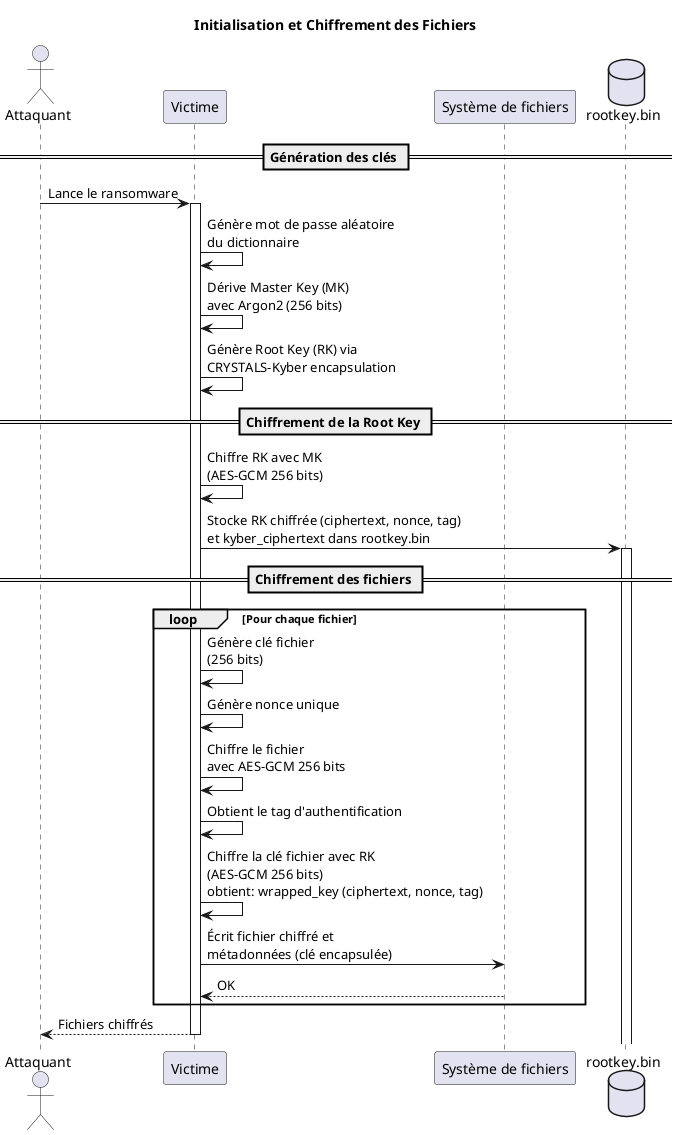
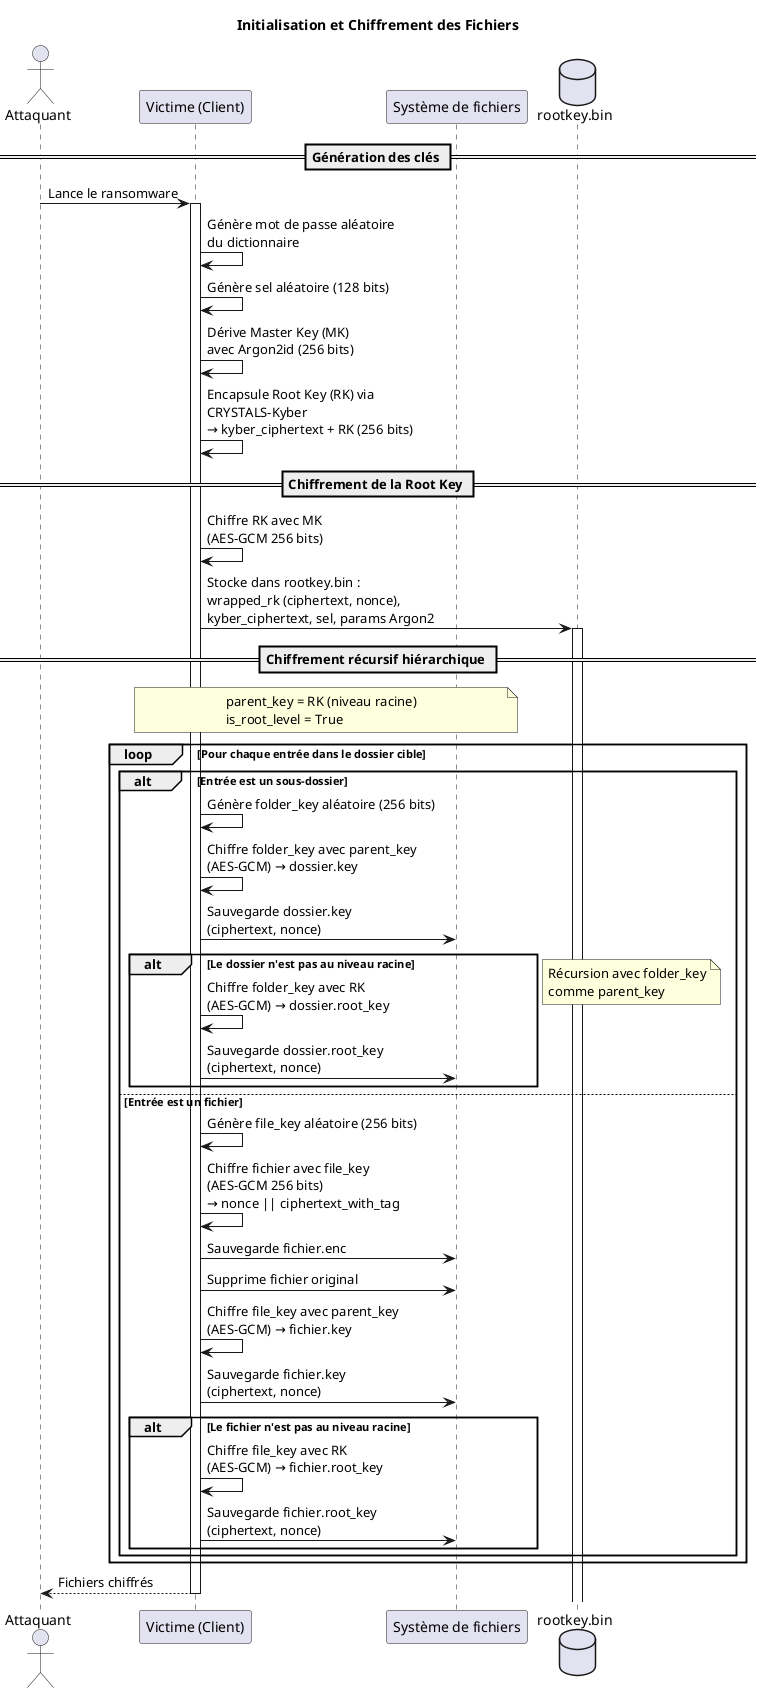
@startuml 01-Initialisation_Chiffrement

title Initialisation et Chiffrement des Fichiers

actor Attaquant as attacker
- participant "Victime" as victime
+ participant "Victime (Client)" as victime
participant "Système de fichiers" as fs
database "rootkey.bin" as rootkey

== Génération des clés ==
attacker -> victime: Lance le ransomware
activate victime

victime -> victime: Génère mot de passe aléatoire\ndu dictionnaire
- victime -> victime: Dérive Master Key (MK)\navec Argon2 (256 bits)
- victime -> victime: Génère Root Key (RK) via\nCRYSTALS-Kyber encapsulation
+ victime -> victime: Génère sel aléatoire (128 bits)
+ victime -> victime: Dérive Master Key (MK)\navec Argon2id (256 bits)
+ victime -> victime: Encapsule Root Key (RK) via\nCRYSTALS-Kyber\n→ kyber_ciphertext + RK (256 bits)

== Chiffrement de la Root Key ==
victime -> victime: Chiffre RK avec MK\n(AES-GCM 256 bits)
- victime -> rootkey: Stocke RK chiffrée (ciphertext, nonce, tag)\net kyber_ciphertext dans rootkey.bin
+ victime -> rootkey: Stocke dans rootkey.bin :\nwrapped_rk (ciphertext, nonce),\nkyber_ciphertext, sel, params Argon2
activate rootkey

- == Chiffrement des fichiers ==
- loop Pour chaque fichier
+ == Chiffrement récursif hiérarchique ==
+ note over victime, fs
+   parent_key = RK (niveau racine)
+   is_root_level = True
+ end note

-     victime -> victime: Génère clé fichier\n(256 bits)
-     victime -> victime: Génère nonce unique
-     victime -> victime: Chiffre le fichier\navec AES-GCM 256 bits
- 
-     victime -> victime: Obtient le tag d'authentification
-     victime -> victime: Chiffre la clé fichier avec RK\n(AES-GCM 256 bits)\nobtient: wrapped_key (ciphertext, nonce, tag)
- 
-     victime -> fs: Écrit fichier chiffré et\nmétadonnées (clé encapsulée)
-     fs --> victime: OK
-     deactivate fs
+ loop Pour chaque entrée dans le dossier cible
+   alt Entrée est un sous-dossier
+     victime -> victime: Génère folder_key aléatoire (256 bits)
+     victime -> victime: Chiffre folder_key avec parent_key\n(AES-GCM) → dossier.key
+     victime -> fs: Sauvegarde dossier.key\n(ciphertext, nonce)
+     alt Le dossier n'est pas au niveau racine
+       victime -> victime: Chiffre folder_key avec RK\n(AES-GCM) → dossier.root_key
+       victime -> fs: Sauvegarde dossier.root_key\n(ciphertext, nonce)
+     end
+     note right: Récursion avec folder_key\ncomme parent_key
+   else Entrée est un fichier
+     victime -> victime: Génère file_key aléatoire (256 bits)
+     victime -> victime: Chiffre fichier avec file_key\n(AES-GCM 256 bits)\n→ nonce || ciphertext_with_tag
+     victime -> fs: Sauvegarde fichier.enc
+     victime -> fs: Supprime fichier original
+     victime -> victime: Chiffre file_key avec parent_key\n(AES-GCM) → fichier.key
+     victime -> fs: Sauvegarde fichier.key\n(ciphertext, nonce)
+     alt Le fichier n'est pas au niveau racine
+       victime -> victime: Chiffre file_key avec RK\n(AES-GCM) → fichier.root_key
+       victime -> fs: Sauvegarde fichier.root_key\n(ciphertext, nonce)
+     end
+   end
end

victime --> attacker: Fichiers chiffrés
deactivate victime

@enduml
